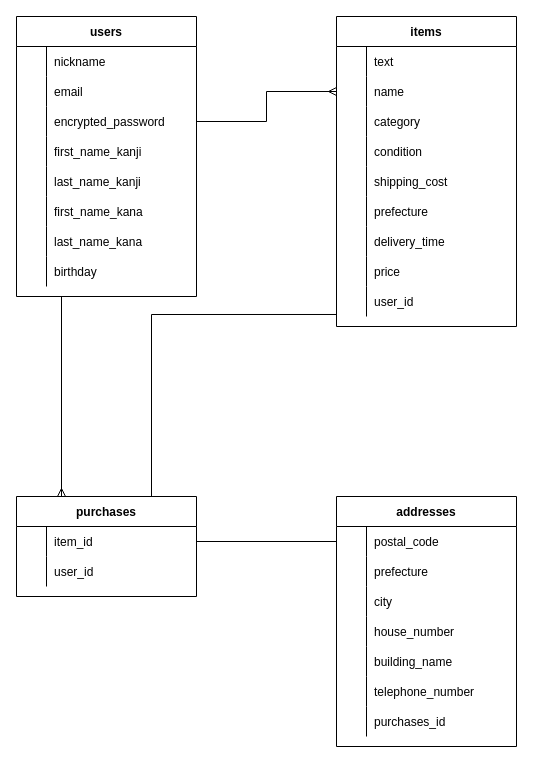
Before: test.dio in keisuzuk-rush/furima-36389, a draw.io diagram. Source tidied: cells renumbered, new cells numbered last; positions are measured from the earlier drawing's top-left corner, leaving out a move shared by most shapes. Both pictures are drawn from the tidied source at 100%, with x=0, y=0 at pixel (16, 16).
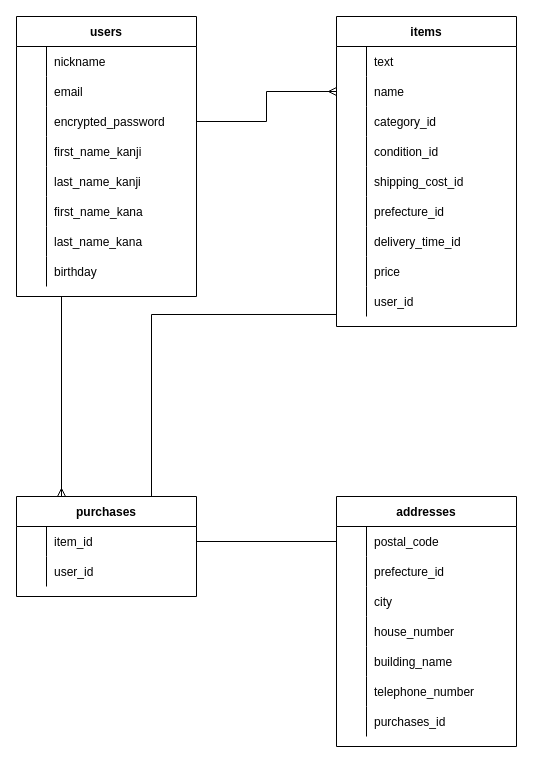
Above is the later version.

Commit message:
READMEにデータベース設計の記述修正3

The change refers to these unchanged cells:
```xml
<mxCell id="32" style="shape=partialRectangle;fillColor=none;top=0;left=0;bottom=0;right=0;" parent="28" vertex="1">
  <mxGeometry y="60" width="180" height="30" as="geometry" />
</mxCell>
<mxCell id="65" style="shape=partialRectangle;fillColor=none;top=0;left=0;bottom=0;right=0;" parent="58" vertex="1">
  <mxGeometry y="90" width="180" height="30" as="geometry" />
</mxCell>
<mxCell id="68" style="shape=partialRectangle;fillColor=none;top=0;left=0;bottom=0;right=0;" parent="58" vertex="1">
  <mxGeometry y="120" width="180" height="30" as="geometry" />
</mxCell>
<mxCell id="71" style="shape=partialRectangle;fillColor=none;top=0;left=0;bottom=0;right=0;" parent="58" vertex="1">
  <mxGeometry y="150" width="180" height="30" as="geometry" />
</mxCell>
<mxCell id="74" style="shape=partialRectangle;fillColor=none;top=0;left=0;bottom=0;right=0;" parent="58" vertex="1">
  <mxGeometry y="180" width="180" height="30" as="geometry" />
</mxCell>
<mxCell id="77" style="shape=partialRectangle;fillColor=none;top=0;left=0;bottom=0;right=0;" parent="58" vertex="1">
  <mxGeometry y="210" width="180" height="30" as="geometry" />
</mxCell>
```

Diff of the diagram source:
```diff
@@
-    <mxCell id="34" value="prefecture" style="shape=partialRectangle;fillColor=none;top=0;left=0;bottom=0;right=0;align=left;spacingLeft=6;overflow=hidden;" parent="32" vertex="1">
+    <mxCell id="34" value="prefecture_id" style="shape=partialRectangle;fillColor=none;top=0;left=0;bottom=0;right=0;align=left;spacingLeft=6;overflow=hidden;" parent="32" vertex="1">
       <mxGeometry x="30" width="150" height="30" as="geometry" />
     </mxCell>
@@
-    <mxCell id="67" value="category" style="shape=partialRectangle;fillColor=none;top=0;left=0;bottom=0;right=0;align=left;spacingLeft=6;overflow=hidden;" parent="65" vertex="1">
+    <mxCell id="67" value="category_id" style="shape=partialRectangle;fillColor=none;top=0;left=0;bottom=0;right=0;align=left;spacingLeft=6;overflow=hidden;" parent="65" vertex="1">
       <mxGeometry x="30" width="150" height="30" as="geometry" />
     </mxCell>
@@
-    <mxCell id="70" value="condition" style="shape=partialRectangle;fillColor=none;top=0;left=0;bottom=0;right=0;align=left;spacingLeft=6;overflow=hidden;" parent="68" vertex="1">
+    <mxCell id="70" value="condition_id" style="shape=partialRectangle;fillColor=none;top=0;left=0;bottom=0;right=0;align=left;spacingLeft=6;overflow=hidden;" parent="68" vertex="1">
       <mxGeometry x="30" width="150" height="30" as="geometry" />
     </mxCell>
@@
-    <mxCell id="73" value="shipping_cost" style="shape=partialRectangle;fillColor=none;top=0;left=0;bottom=0;right=0;align=left;spacingLeft=6;overflow=hidden;" parent="71" vertex="1">
+    <mxCell id="73" value="shipping_cost_id" style="shape=partialRectangle;fillColor=none;top=0;left=0;bottom=0;right=0;align=left;spacingLeft=6;overflow=hidden;" parent="71" vertex="1">
       <mxGeometry x="30" width="150" height="30" as="geometry" />
     </mxCell>
@@
-    <mxCell id="76" value="prefecture" style="shape=partialRectangle;fillColor=none;top=0;left=0;bottom=0;right=0;align=left;spacingLeft=6;overflow=hidden;" parent="74" vertex="1">
+    <mxCell id="76" value="prefecture_id" style="shape=partialRectangle;fillColor=none;top=0;left=0;bottom=0;right=0;align=left;spacingLeft=6;overflow=hidden;" parent="74" vertex="1">
       <mxGeometry x="30" width="150" height="30" as="geometry" />
     </mxCell>
@@
-    <mxCell id="79" value="delivery_time" style="shape=partialRectangle;fillColor=none;top=0;left=0;bottom=0;right=0;align=left;spacingLeft=6;overflow=hidden;" parent="77" vertex="1">
+    <mxCell id="79" value="delivery_time_id" style="shape=partialRectangle;fillColor=none;top=0;left=0;bottom=0;right=0;align=left;spacingLeft=6;overflow=hidden;" parent="77" vertex="1">
       <mxGeometry x="30" width="150" height="30" as="geometry" />
     </mxCell>
```
